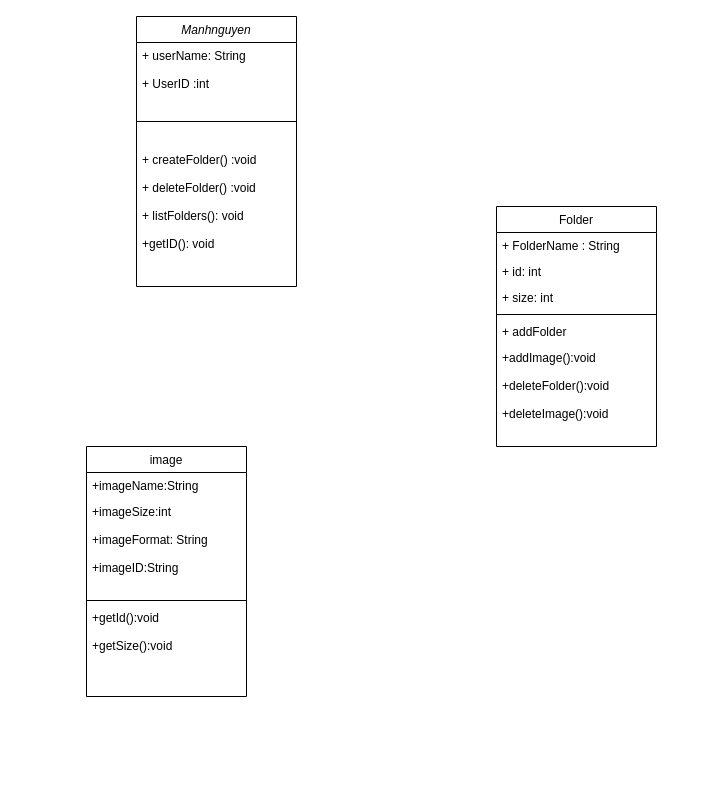
Before: Untitled Diagram.drawio in Manhnguyen015/Spectral-Matter, a draw.io diagram. Source tidied: cells renumbered, new cells numbered last; positions are measured from the earlier drawing's top-left corner, leaving out a move shared by most shapes. Both pictures are drawn from the tidied source at 100%, with x=0, y=0 at pixel (86, 16).
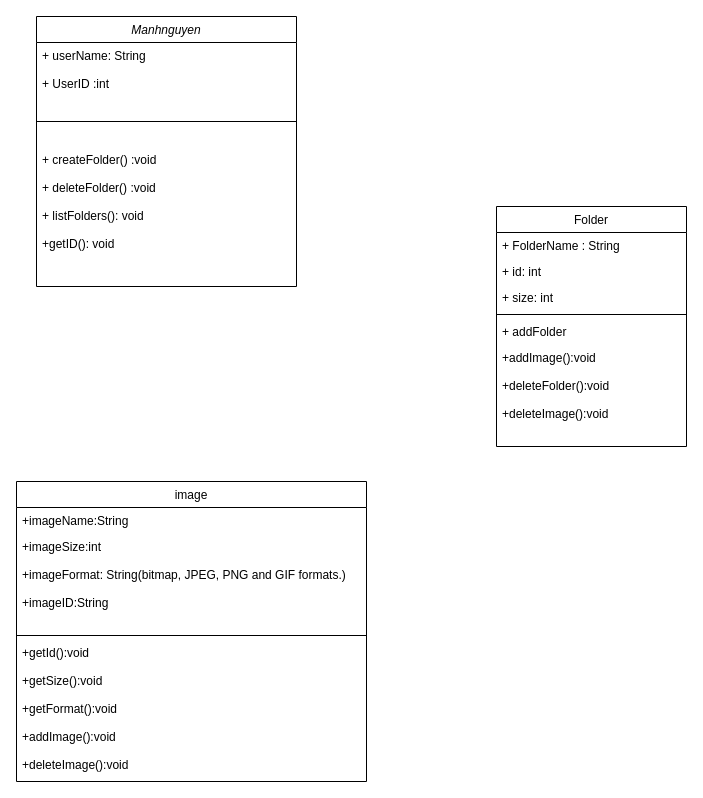
The same diagram, later.

Change to the diagram source:
```diff
@@
 <mxGraphModel>
   <root>
     <mxCell id="0" />
     <mxCell id="1" parent="0" />
     <mxCell id="2" value="Manhnguyen" style="swimlane;fontStyle=2;align=center;verticalAlign=top;horizontal=1;startSize=26;rounded=0;shadow=0;strokeWidth=1;" parent="1" vertex="1">
-      <mxGeometry x="50" width="160" height="270" as="geometry" />
+      <mxGeometry x="-50" width="260" height="270" as="geometry" />
     </mxCell>
     <mxCell id="3" value="+ userName: String&#10;&#10;+ UserID :int&#10;&#10;" style="text;align=left;verticalAlign=top;spacingLeft=4;spacingRight=4;overflow=hidden;" parent="2" vertex="1">
-      <mxGeometry y="26" width="160" height="54" as="geometry" />
+      <mxGeometry y="26" width="260" height="54" as="geometry" />
     </mxCell>
     <mxCell id="4" style="line;html=1;strokeWidth=1;align=left;verticalAlign=middle;spacingTop=-1;spacingLeft=3;spacingRight=3;labelPosition=right;" parent="2" vertex="1">
-      <mxGeometry y="80" width="160" height="50" as="geometry" />
+      <mxGeometry y="80" width="260" height="50" as="geometry" />
     </mxCell>
     <mxCell id="5" value="+ createFolder() :void&#10;&#10;+ deleteFolder() :void&#10;&#10; + listFolders(): void&#10;&#10;+getID(): void" style="text;align=left;verticalAlign=top;spacingLeft=4;spacingRight=4;overflow=hidden;" parent="2" vertex="1">
-      <mxGeometry y="130" width="160" height="110" as="geometry" />
+      <mxGeometry y="130" width="260" height="110" as="geometry" />
     </mxCell>
     <mxCell id="6" value="image" style="swimlane;fontStyle=0;align=center;verticalAlign=top;horizontal=1;startSize=26;rounded=0;shadow=0;strokeWidth=1;" parent="1" vertex="1">
-      <mxGeometry y="430" width="160" height="250" as="geometry" />
+      <mxGeometry x="-70" y="465" width="350" height="300" as="geometry" />
     </mxCell>
     <mxCell id="7" value="+imageName:String&#10;&#10;" style="text;align=left;verticalAlign=top;spacingLeft=4;spacingRight=4;overflow=hidden;" parent="6" vertex="1">
-      <mxGeometry y="26" width="160" height="26" as="geometry" />
+      <mxGeometry y="26" width="350" height="26" as="geometry" />
     </mxCell>
-    <mxCell id="8" value="+imageSize:int&#10;&#10;+imageFormat: String&#10;&#10;+imageID:String" style="text;align=left;verticalAlign=top;spacingLeft=4;spacingRight=4;overflow=hidden;rounded=0;shadow=0;html=0;" parent="6" vertex="1">
-      <mxGeometry y="52" width="160" height="98" as="geometry" />
+    <mxCell id="8" value="+imageSize:int&#10;&#10;+imageFormat: String(bitmap, JPEG, PNG and GIF formats.)&#10;&#10;+imageID:String" style="text;align=left;verticalAlign=top;spacingLeft=4;spacingRight=4;overflow=hidden;rounded=0;shadow=0;html=0;" parent="6" vertex="1">
+      <mxGeometry y="52" width="350" height="98" as="geometry" />
     </mxCell>
     <mxCell id="9" style="line;html=1;strokeWidth=1;align=left;verticalAlign=middle;spacingTop=-1;spacingLeft=3;spacingRight=3;labelPosition=right;" parent="6" vertex="1">
-      <mxGeometry y="150" width="160" height="8" as="geometry" />
+      <mxGeometry y="150" width="350" height="8" as="geometry" />
     </mxCell>
-    <mxCell id="10" value="+getId():void&#10;&#10;+getSize():void&#10;" style="text;align=left;verticalAlign=top;spacingLeft=4;spacingRight=4;overflow=hidden;" parent="6" vertex="1">
-      <mxGeometry y="158" width="160" height="92" as="geometry" />
+    <mxCell id="10" value="+getId():void&#10;&#10;+getSize():void&#10;&#10;+getFormat():void&#10;&#10;+addImage():void&#10;&#10;+deleteImage():void" style="text;align=left;verticalAlign=top;spacingLeft=4;spacingRight=4;overflow=hidden;" parent="6" vertex="1">
+      <mxGeometry y="158" width="350" height="142" as="geometry" />
     </mxCell>
     <mxCell id="11" value="Folder" style="swimlane;fontStyle=0;align=center;verticalAlign=top;horizontal=1;startSize=26;rounded=0;shadow=0;strokeWidth=1;" parent="1" vertex="1">
-      <mxGeometry x="410" y="190" width="160" height="240" as="geometry" />
+      <mxGeometry x="410" y="190" width="190" height="240" as="geometry" />
     </mxCell>
     <mxCell id="12" value="+ FolderName : String" style="text;align=left;verticalAlign=top;spacingLeft=4;spacingRight=4;overflow=hidden;" parent="11" vertex="1">
-      <mxGeometry y="26" width="160" height="26" as="geometry" />
+      <mxGeometry y="26" width="190" height="26" as="geometry" />
     </mxCell>
     <mxCell id="13" value="+ id: int" style="text;align=left;verticalAlign=top;spacingLeft=4;spacingRight=4;overflow=hidden;rounded=0;shadow=0;html=0;" parent="11" vertex="1">
-      <mxGeometry y="52" width="160" height="26" as="geometry" />
+      <mxGeometry y="52" width="190" height="26" as="geometry" />
     </mxCell>
     <mxCell id="14" value="+ size: int" style="text;align=left;verticalAlign=top;spacingLeft=4;spacingRight=4;overflow=hidden;rounded=0;shadow=0;html=0;" parent="11" vertex="1">
-      <mxGeometry y="78" width="160" height="26" as="geometry" />
+      <mxGeometry y="78" width="190" height="26" as="geometry" />
     </mxCell>
     <mxCell id="15" style="line;html=1;strokeWidth=1;align=left;verticalAlign=middle;spacingTop=-1;spacingLeft=3;spacingRight=3;labelPosition=right;" parent="11" vertex="1">
-      <mxGeometry y="104" width="160" height="8" as="geometry" />
+      <mxGeometry y="104" width="190" height="8" as="geometry" />
     </mxCell>
     <mxCell id="16" value="+ addFolder" style="text;align=left;verticalAlign=top;spacingLeft=4;spacingRight=4;overflow=hidden;" parent="11" vertex="1">
-      <mxGeometry y="112" width="160" height="26" as="geometry" />
+      <mxGeometry y="112" width="190" height="26" as="geometry" />
     </mxCell>
     <mxCell id="17" value="+addImage():void&#10;&#10;+deleteFolder():void&#10;&#10;+deleteImage():void&#10;&#10;" style="text;align=left;verticalAlign=top;spacingLeft=4;spacingRight=4;overflow=hidden;" parent="11" vertex="1">
-      <mxGeometry y="138" width="160" height="102" as="geometry" />
+      <mxGeometry y="138" width="190" height="102" as="geometry" />
     </mxCell>
   </root>
 </mxGraphModel>
```
